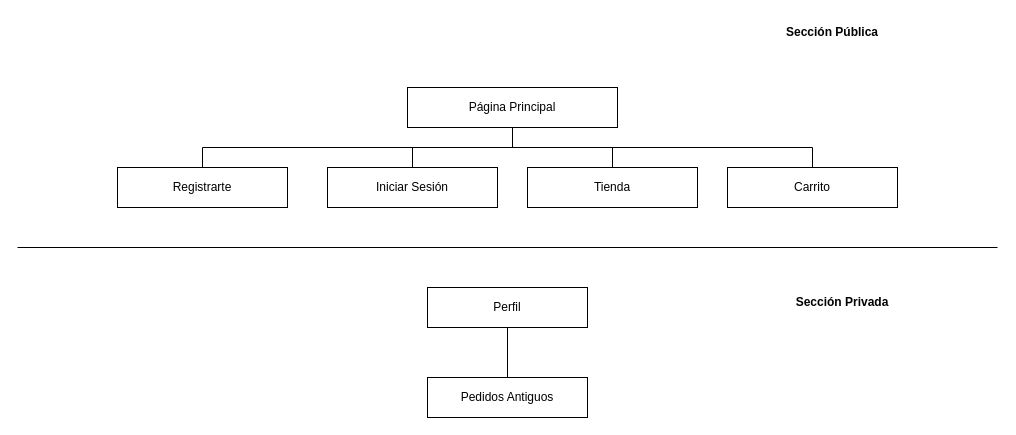
The draw.io diagram __documentation__/navegacion_vistas.drawio in kunzagk/Proyecto-Final---Tienda-, before the edit. Source tidied: cells renumbered, new cells numbered last; positions are measured from the earlier drawing's top-left corner, leaving out a move shared by most shapes. Both pictures are drawn from the tidied source at 100%, with x=0, y=0 at pixel (17, 17).
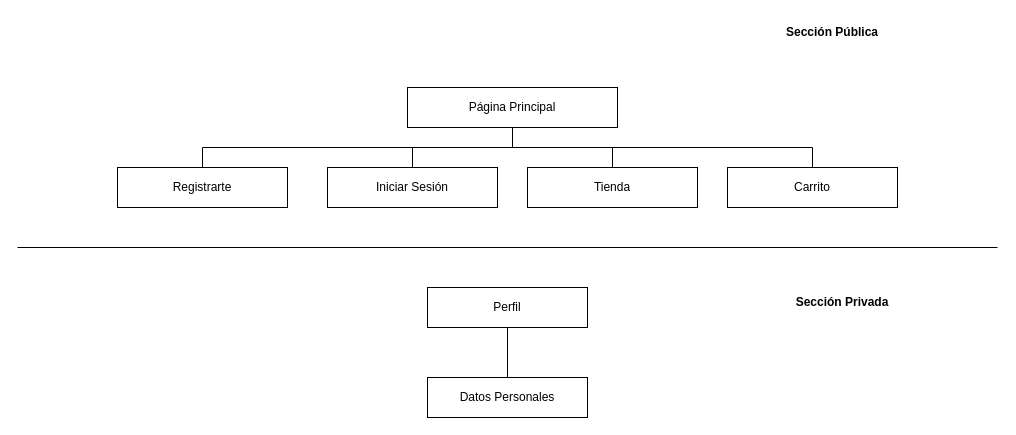
After the change.

The edit, as a diff of the source:
```diff
@@
 <mxGraphModel>
   <root>
     <mxCell id="0" />
     <mxCell id="1" parent="0" />
     <mxCell id="2" style="rounded=0;jettySize=auto;html=1;strokeColor=default;edgeStyle=orthogonalEdgeStyle;endArrow=none;endFill=0;" parent="1" edge="1" source="6" target="9">
       <mxGeometry relative="1" as="geometry" />
     </mxCell>
     <mxCell id="3" style="edgeStyle=orthogonalEdgeStyle;rounded=0;jettySize=auto;html=1;exitX=0.5;exitY=1;exitDx=0;exitDy=0;endArrow=none;endFill=0;" parent="1" edge="1" source="6" target="10">
       <mxGeometry relative="1" as="geometry" />
     </mxCell>
     <mxCell id="4" style="edgeStyle=orthogonalEdgeStyle;rounded=0;jettySize=auto;html=1;exitX=0.5;exitY=1;exitDx=0;exitDy=0;entryX=0.5;entryY=0;entryDx=0;entryDy=0;endArrow=none;endFill=0;" parent="1" edge="1" source="6" target="8">
       <mxGeometry relative="1" as="geometry" />
     </mxCell>
     <mxCell id="5" style="edgeStyle=orthogonalEdgeStyle;rounded=0;jettySize=auto;html=1;exitX=0.5;exitY=1;exitDx=0;exitDy=0;entryX=0.5;entryY=0;entryDx=0;entryDy=0;endArrow=none;endFill=0;" parent="1" edge="1" source="6" target="7">
       <mxGeometry relative="1" as="geometry" />
     </mxCell>
     <mxCell id="6" value="Página Principal" style="rounded=0;whiteSpace=wrap;html=1;" parent="1" vertex="1">
       <mxGeometry x="390" y="70" width="210" height="40" as="geometry" />
     </mxCell>
     <mxCell id="7" value="Registrarte" style="rounded=0;whiteSpace=wrap;html=1;" parent="1" vertex="1">
       <mxGeometry x="100" y="150" width="170" height="40" as="geometry" />
     </mxCell>
     <mxCell id="8" value="Iniciar Sesión" style="rounded=0;whiteSpace=wrap;html=1;" parent="1" vertex="1">
       <mxGeometry x="310" y="150" width="170" height="40" as="geometry" />
     </mxCell>
     <mxCell id="9" value="Tienda" style="rounded=0;whiteSpace=wrap;html=1;" parent="1" vertex="1">
       <mxGeometry x="510" y="150" width="170" height="40" as="geometry" />
     </mxCell>
     <mxCell id="10" value="Carrito" style="rounded=0;whiteSpace=wrap;html=1;" parent="1" vertex="1">
       <mxGeometry x="710" y="150" width="170" height="40" as="geometry" />
     </mxCell>
     <mxCell id="11" style="endArrow=none;html=1;rounded=0;" parent="1" edge="1">
       <mxGeometry relative="1" as="geometry">
         <mxPoint y="230" as="sourcePoint" />
         <mxPoint x="980" y="230" as="targetPoint" />
       </mxGeometry>
     </mxCell>
     <mxCell id="12" value="&lt;b&gt;Sección Pública&lt;/b&gt;" style="text;html=1;strokeColor=none;fillColor=none;align=center;verticalAlign=middle;whiteSpace=wrap;rounded=0;" parent="1" vertex="1">
       <mxGeometry x="750" width="130" height="30" as="geometry" />
     </mxCell>
     <mxCell id="13" style="edgeStyle=orthogonalEdgeStyle;rounded=0;jettySize=auto;html=1;exitX=0.5;exitY=1;exitDx=0;exitDy=0;entryX=0.5;entryY=0;entryDx=0;entryDy=0;endArrow=none;endFill=0;" parent="1" edge="1" source="14" target="15">
       <mxGeometry relative="1" as="geometry" />
     </mxCell>
     <mxCell id="14" value="Perfil" style="rounded=0;whiteSpace=wrap;html=1;" parent="1" vertex="1">
       <mxGeometry x="410" y="270" width="160" height="40" as="geometry" />
     </mxCell>
-    <mxCell id="15" value="Pedidos Antiguos" style="rounded=0;whiteSpace=wrap;html=1;" parent="1" vertex="1">
+    <mxCell id="15" value="Datos Personales" style="rounded=0;whiteSpace=wrap;html=1;" parent="1" vertex="1">
       <mxGeometry x="410" y="360" width="160" height="40" as="geometry" />
     </mxCell>
     <mxCell id="16" value="&lt;b&gt;Sección Privada&lt;/b&gt;" style="text;html=1;strokeColor=none;fillColor=none;align=center;verticalAlign=middle;whiteSpace=wrap;rounded=0;" parent="1" vertex="1">
       <mxGeometry x="760" y="270" width="130" height="30" as="geometry" />
     </mxCell>
   </root>
 </mxGraphModel>
```
